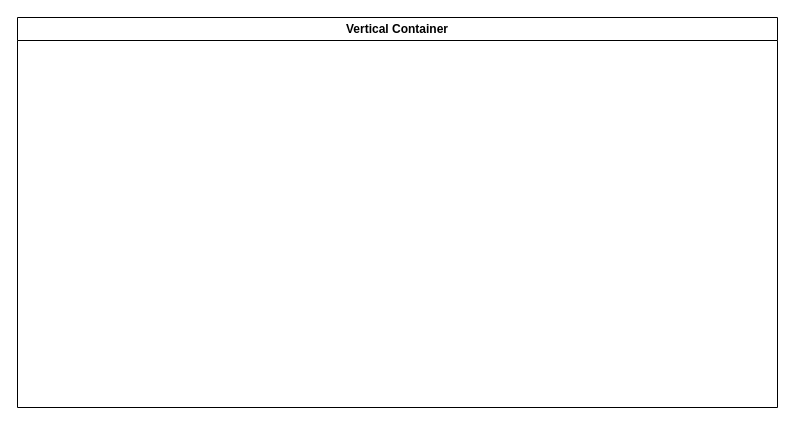
mskyun721/architecture keeps this draw.io diagram as 제목 없는 다이어그램.drawio. Above is the earlier version. Source tidied: cells renumbered, new cells numbered last; positions are measured from the earlier drawing's top-left corner, leaving out a move shared by most shapes. Both pictures are drawn from the tidied source at 100%, with x=0, y=0 at pixel (17, 17).
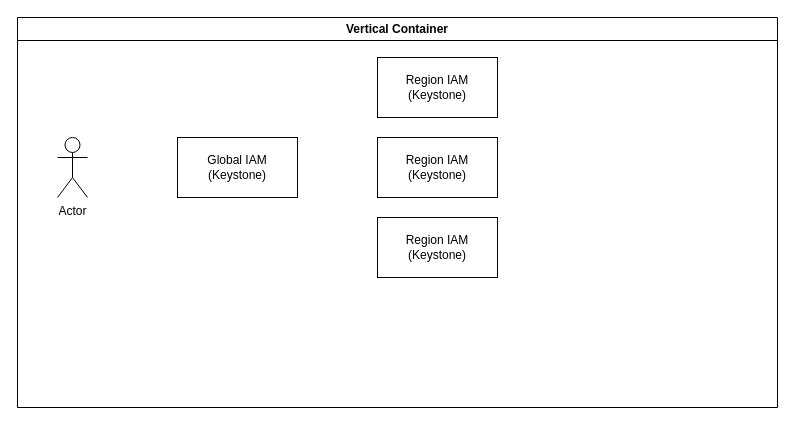
The same diagram, later.

Commit message (it also covers changes not shown here):
제목 없는 다이어그램.drawio 업데이트

Diff of the diagram source:
```diff
@@
 <mxGraphModel>
   <root>
     <mxCell id="0" />
     <mxCell id="1" parent="0" />
     <mxCell id="2" value="Vertical Container" style="swimlane;whiteSpace=wrap;html=1;" parent="1" vertex="1">
       <mxGeometry width="760" height="390" as="geometry" />
     </mxCell>
+    <mxCell id="3" value="Actor" style="shape=umlActor;verticalLabelPosition=bottom;verticalAlign=top;html=1;" parent="2" vertex="1">
+      <mxGeometry x="40" y="120" width="30" height="60" as="geometry" />
+    </mxCell>
+    <mxCell id="4" value="Global IAM&lt;div&gt;(Keystone)&lt;/div&gt;" style="rounded=0;whiteSpace=wrap;html=1;" parent="2" vertex="1">
+      <mxGeometry x="160" y="120" width="120" height="60" as="geometry" />
+    </mxCell>
+    <mxCell id="5" value="Region IAM&lt;div&gt;(Keystone)&lt;/div&gt;" style="rounded=0;whiteSpace=wrap;html=1;" parent="2" vertex="1">
+      <mxGeometry x="360" y="40" width="120" height="60" as="geometry" />
+    </mxCell>
+    <mxCell id="6" value="Region IAM&lt;div&gt;(Keystone)&lt;/div&gt;" style="rounded=0;whiteSpace=wrap;html=1;" parent="2" vertex="1">
+      <mxGeometry x="360" y="120" width="120" height="60" as="geometry" />
+    </mxCell>
+    <mxCell id="7" value="Region IAM&lt;div&gt;(Keystone)&lt;/div&gt;" style="rounded=0;whiteSpace=wrap;html=1;" parent="2" vertex="1">
+      <mxGeometry x="360" y="200" width="120" height="60" as="geometry" />
+    </mxCell>
   </root>
 </mxGraphModel>
```
